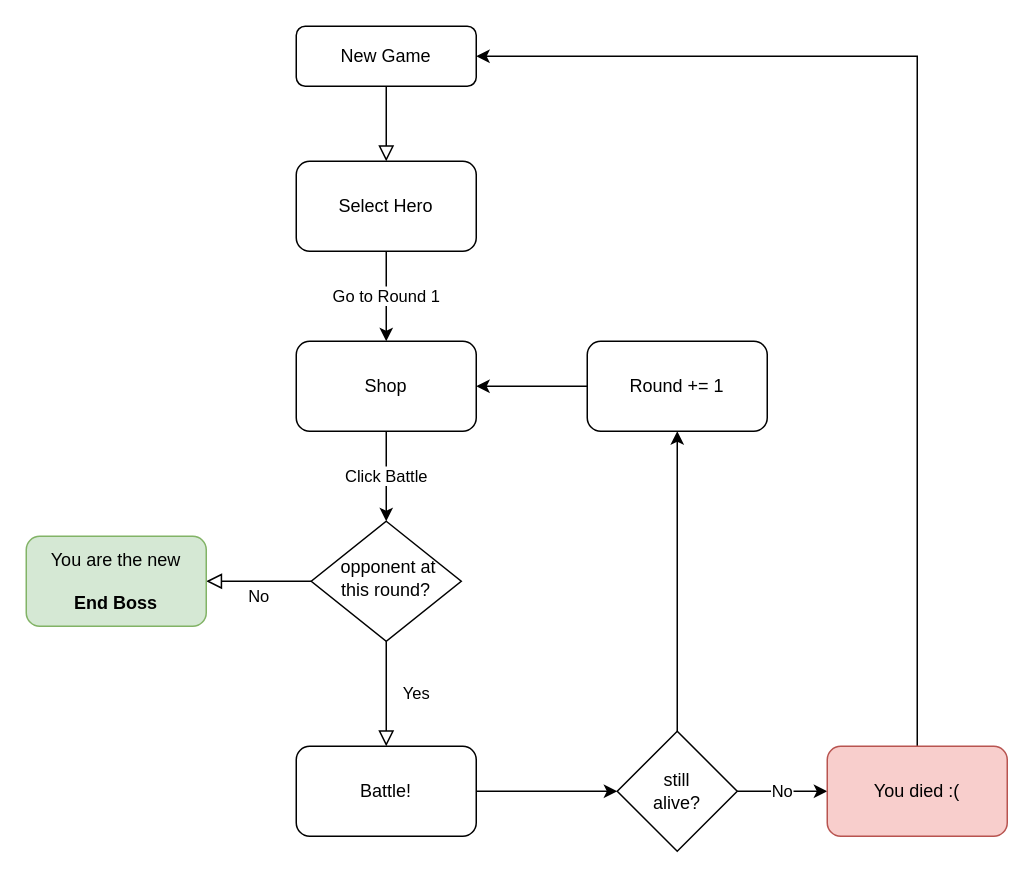
The draw.io diagram Doc/drawio/game-flow.drawio in stones314/Battle2D, before the edit. Source tidied: cells renumbered, new cells numbered last; positions are measured from the earlier drawing's top-left corner, leaving out a move shared by most shapes. Both pictures are drawn from the tidied source at 150%, with x=0, y=0 at pixel (26, 26).
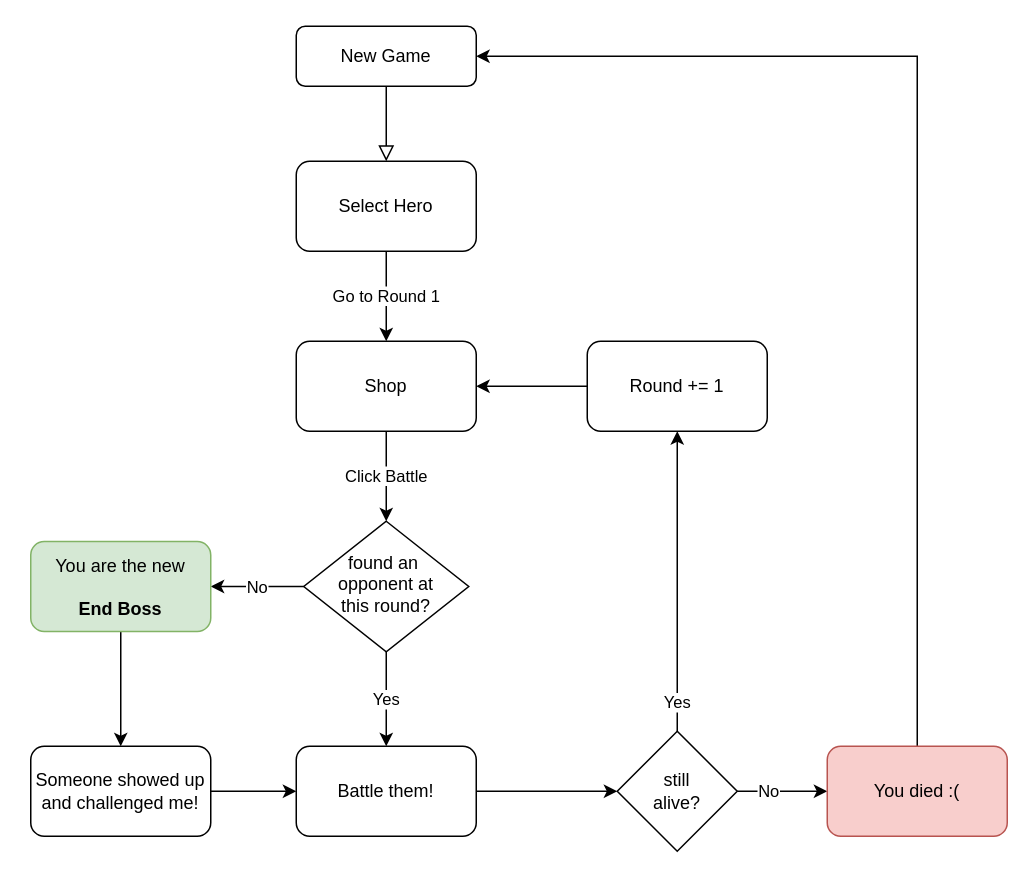
After the change.

The change refers to these unchanged cells:
```xml
<mxCell id="16" value="still&lt;br&gt;alive?" style="rhombus;whiteSpace=wrap;html=1;" parent="1" vertex="1">
  <mxGeometry x="394" y="470" width="80" height="80" as="geometry" />
</mxCell>
<mxCell id="18" value="You died :(" style="rounded=1;whiteSpace=wrap;html=1;fillColor=#f8cecc;strokeColor=#b85450;" parent="1" vertex="1">
  <mxGeometry x="534" y="480" width="120" height="60" as="geometry" />
</mxCell>
<mxCell id="20" value="Round += 1" style="rounded=1;whiteSpace=wrap;html=1;" parent="1" vertex="1">
  <mxGeometry x="374" y="210" width="120" height="60" as="geometry" />
</mxCell>
```

Diff of the diagram source:
```diff
@@
-    <mxCell id="4" value="Yes" style="rounded=0;html=1;jettySize=auto;fontSize=11;endArrow=block;endFill=0;endSize=8;strokeWidth=1;shadow=0;labelBackgroundColor=none;edgeStyle=orthogonalEdgeStyle;" parent="1" edge="1" source="6" target="13">
-      <mxGeometry y="20" relative="1" as="geometry" />
+    <mxCell id="4" value="Yes" style="edgeStyle=orthogonalEdgeStyle;rounded=0;jettySize=auto;html=1;" parent="1" edge="1" source="6" target="13">
+      <mxGeometry relative="1" as="geometry" />
     </mxCell>
-    <mxCell id="5" value="No" style="edgeStyle=orthogonalEdgeStyle;rounded=0;html=1;jettySize=auto;fontSize=11;endArrow=block;endFill=0;endSize=8;strokeWidth=1;shadow=0;labelBackgroundColor=none;" parent="1" edge="1" source="6" target="7">
-      <mxGeometry y="10" relative="1" as="geometry" />
+    <mxCell id="5" value="No" style="edgeStyle=orthogonalEdgeStyle;rounded=0;jettySize=auto;html=1;" parent="1" edge="1" source="6" target="7">
+      <mxGeometry relative="1" as="geometry" />
     </mxCell>
-    <mxCell id="6" value="&amp;nbsp;opponent at&lt;br&gt;this round?" style="rhombus;whiteSpace=wrap;html=1;shadow=0;fontFamily=Helvetica;fontSize=12;align=center;strokeWidth=1;spacing=6;spacingTop=-4;" parent="1" vertex="1">
-      <mxGeometry x="190" y="330" width="100" height="80" as="geometry" />
+    <mxCell id="6" value="found an&amp;nbsp;&lt;br&gt;opponent at&lt;br&gt;this round?" style="rhombus;whiteSpace=wrap;html=1;shadow=0;fontFamily=Helvetica;fontSize=12;align=center;strokeWidth=1;spacing=6;spacingTop=-4;" parent="1" vertex="1">
+      <mxGeometry x="185" y="330" width="110" height="87" as="geometry" />
     </mxCell>
+    <mxCell id="21" style="edgeStyle=orthogonalEdgeStyle;rounded=0;jettySize=auto;html=1;" parent="1" edge="1" source="7" target="23">
+      <mxGeometry relative="1" as="geometry" />
+    </mxCell>
     <mxCell id="7" value="You are the new&lt;br&gt;&lt;br&gt;&lt;b&gt;End Boss&lt;/b&gt;" style="rounded=1;whiteSpace=wrap;html=1;fontSize=12;glass=0;strokeWidth=1;shadow=0;fillColor=#d5e8d4;strokeColor=#82b366;" parent="1" vertex="1">
-      <mxGeometry y="340" width="120" height="60" as="geometry" />
+      <mxGeometry x="3" y="343.5" width="120" height="60" as="geometry" />
     </mxCell>
@@
-    <mxCell id="13" value="Battle!" style="rounded=1;whiteSpace=wrap;html=1;" parent="1" vertex="1">
+    <mxCell id="13" value="Battle them!" style="rounded=1;whiteSpace=wrap;html=1;" parent="1" vertex="1">
       <mxGeometry x="180" y="480" width="120" height="60" as="geometry" />
     </mxCell>
     <mxCell id="14" value="No" style="edgeStyle=orthogonalEdgeStyle;rounded=0;jettySize=auto;html=1;" parent="1" edge="1" source="16" target="18">
-      <mxGeometry relative="1" as="geometry" />
+      <mxGeometry x="-0.3" relative="1" as="geometry" />
     </mxCell>
-    <mxCell id="15" style="edgeStyle=orthogonalEdgeStyle;rounded=0;jettySize=auto;html=1;" parent="1" edge="1" source="16" target="20">
-      <mxGeometry relative="1" as="geometry" />
+    <mxCell id="15" value="Yes" style="edgeStyle=orthogonalEdgeStyle;rounded=0;jettySize=auto;html=1;" parent="1" edge="1" source="16" target="20">
+      <mxGeometry x="-0.81" relative="1" as="geometry" />
     </mxCell>
@@
+    <mxCell id="22" style="edgeStyle=orthogonalEdgeStyle;rounded=0;jettySize=auto;html=1;" parent="1" edge="1" source="23">
+      <mxGeometry relative="1" as="geometry">
+        <mxPoint x="180" y="510" as="targetPoint" />
+      </mxGeometry>
+    </mxCell>
+    <mxCell id="23" value="Someone showed up and challenged me!" style="rounded=1;whiteSpace=wrap;html=1;" parent="1" vertex="1">
+      <mxGeometry x="3" y="480" width="120" height="60" as="geometry" />
+    </mxCell>
```
